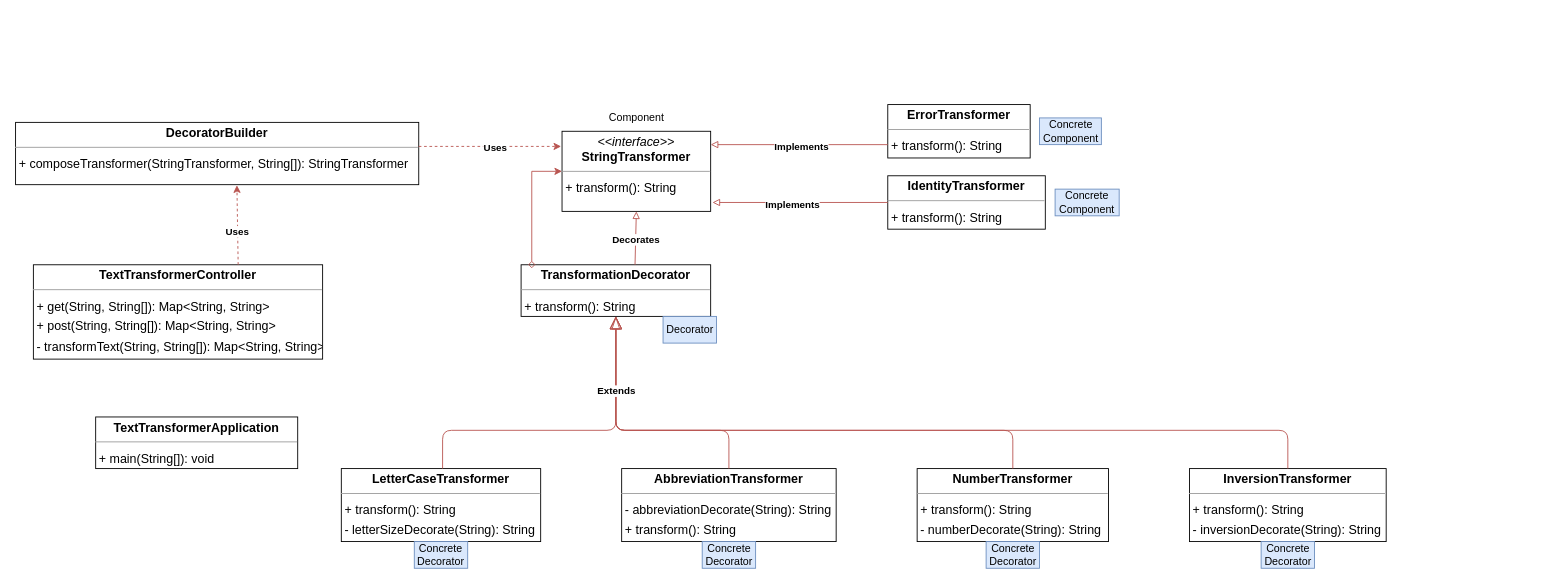
The draw.io diagram IOD_L11_Alpha_UML.drawio in JakubWieclaw/IOD-L11-Alpha, before the edit. Source tidied: cells renumbered, new cells numbered last; positions are measured from the earlier drawing's top-left corner, leaving out a move shared by most shapes. Both pictures are drawn from the tidied source at 89%, with x=0, y=0 at pixel (15, 104).
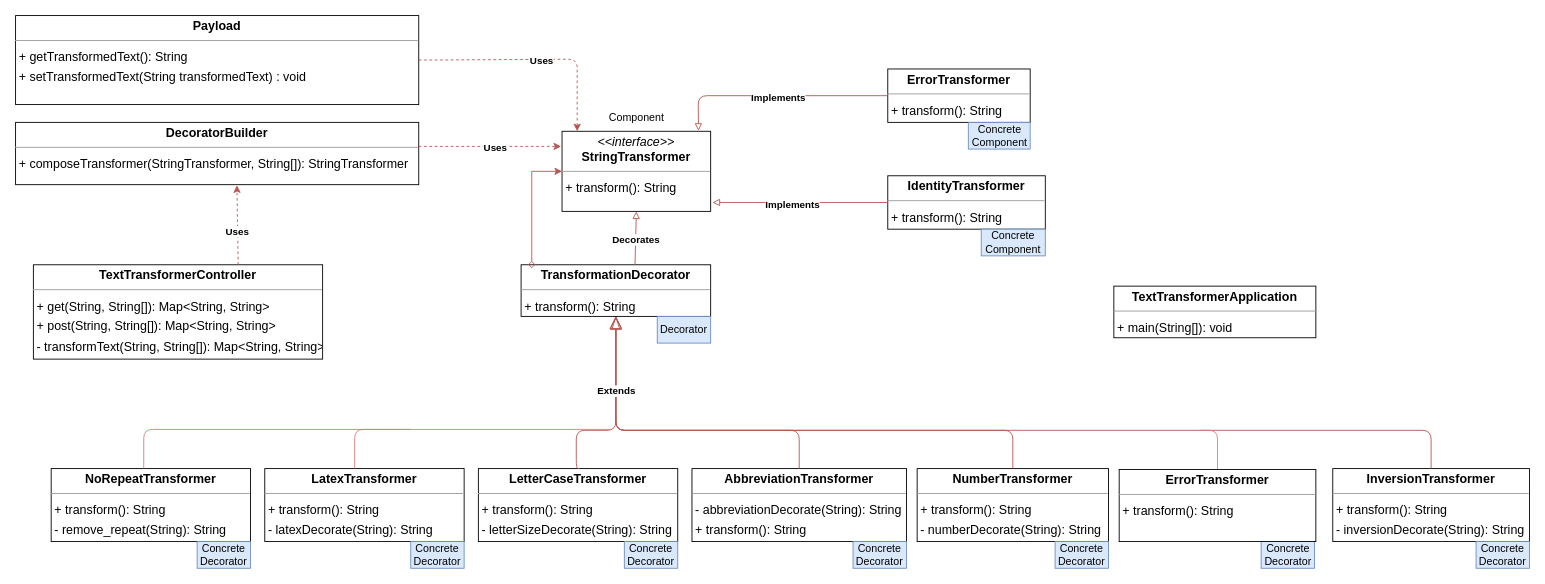
Above is the later version.

The change refers to these unchanged cells:
```xml
<mxCell id="9" value="&lt;p style=&quot;margin:0px;margin-top:4px;text-align:center;&quot;&gt;&lt;i&gt;&amp;lt;&amp;lt;interface&amp;gt;&amp;gt;&lt;/i&gt;&lt;br/&gt;&lt;b&gt;StringTransformer&lt;/b&gt;&lt;/p&gt;&lt;hr size=&quot;1&quot;/&gt;&lt;p style=&quot;margin:0 0 0 4px;line-height:1.6;&quot;&gt;+ transform(): String&lt;/p&gt;" style="verticalAlign=top;align=left;overflow=fill;fontSize=14;fontFamily=Helvetica;html=1;rounded=0;shadow=0;comic=0;labelBackgroundColor=none;strokeWidth=1;" parent="1" vertex="1">
  <mxGeometry x="614" y="30" width="167" height="90" as="geometry" />
</mxCell>
<mxCell id="12" value="&lt;p style=&quot;margin:0px;margin-top:4px;text-align:center;&quot;&gt;&lt;b&gt;TransformationDecorator&lt;/b&gt;&lt;/p&gt;&lt;hr size=&quot;1&quot;/&gt;&lt;p style=&quot;margin:0 0 0 4px;line-height:1.6;&quot;&gt;+ transform(): String&lt;/p&gt;" style="verticalAlign=top;align=left;overflow=fill;fontSize=14;fontFamily=Helvetica;html=1;rounded=0;shadow=0;comic=0;labelBackgroundColor=none;strokeWidth=1;" parent="1" vertex="1">
  <mxGeometry x="568" y="180" width="213" height="58" as="geometry" />
</mxCell>
```

Diff of the diagram source:
```diff
@@
     <mxCell id="2" value="&lt;p style=&quot;margin:0px;margin-top:4px;text-align:center;&quot;&gt;&lt;b&gt;AbbreviationTransformer&lt;/b&gt;&lt;/p&gt;&lt;hr size=&quot;1&quot;/&gt;&lt;p style=&quot;margin:0 0 0 4px;line-height:1.6;&quot;&gt;- abbreviationDecorate(String): String&lt;br/&gt;+ transform(): String&lt;/p&gt;" style="verticalAlign=top;align=left;overflow=fill;fontSize=14;fontFamily=Helvetica;html=1;rounded=0;shadow=0;comic=0;labelBackgroundColor=none;strokeWidth=1;" parent="1" vertex="1">
-      <mxGeometry x="681" y="409" width="241" height="82" as="geometry" />
+      <mxGeometry x="760" y="409" width="241" height="82" as="geometry" />
     </mxCell>
@@
     <mxCell id="4" value="&lt;p style=&quot;margin:0px;margin-top:4px;text-align:center;&quot;&gt;&lt;b&gt;ErrorTransformer&lt;/b&gt;&lt;/p&gt;&lt;hr size=&quot;1&quot;/&gt;&lt;p style=&quot;margin:0 0 0 4px;line-height:1.6;&quot;&gt;+ transform(): String&lt;/p&gt;" style="verticalAlign=top;align=left;overflow=fill;fontSize=14;fontFamily=Helvetica;html=1;rounded=0;shadow=0;comic=0;labelBackgroundColor=none;strokeWidth=1;" parent="1" vertex="1">
-      <mxGeometry x="980" width="160" height="60" as="geometry" />
+      <mxGeometry x="980" y="-40" width="160" height="60" as="geometry" />
     </mxCell>
@@
     <mxCell id="6" value="&lt;p style=&quot;margin:0px;margin-top:4px;text-align:center;&quot;&gt;&lt;b&gt;InversionTransformer&lt;/b&gt;&lt;/p&gt;&lt;hr size=&quot;1&quot;/&gt;&lt;p style=&quot;margin:0 0 0 4px;line-height:1.6;&quot;&gt;+ transform(): String&lt;br/&gt;- inversionDecorate(String): String&lt;/p&gt;" style="verticalAlign=top;align=left;overflow=fill;fontSize=14;fontFamily=Helvetica;html=1;rounded=0;shadow=0;comic=0;labelBackgroundColor=none;strokeWidth=1;" parent="1" vertex="1">
-      <mxGeometry x="1319" y="409" width="221" height="82" as="geometry" />
+      <mxGeometry x="1480" y="409" width="221" height="82" as="geometry" />
     </mxCell>
     <mxCell id="7" value="&lt;p style=&quot;margin:0px;margin-top:4px;text-align:center;&quot;&gt;&lt;b&gt;LetterCaseTransformer&lt;/b&gt;&lt;/p&gt;&lt;hr size=&quot;1&quot;/&gt;&lt;p style=&quot;margin:0 0 0 4px;line-height:1.6;&quot;&gt;+ transform(): String&lt;br/&gt;- letterSizeDecorate(String): String&lt;/p&gt;" style="verticalAlign=top;align=left;overflow=fill;fontSize=14;fontFamily=Helvetica;html=1;rounded=0;shadow=0;comic=0;labelBackgroundColor=none;strokeWidth=1;" parent="1" vertex="1">
-      <mxGeometry x="366" y="409" width="224" height="82" as="geometry" />
+      <mxGeometry x="520" y="409" width="224" height="82" as="geometry" />
     </mxCell>
@@
     <mxCell id="10" value="&lt;p style=&quot;margin:0px;margin-top:4px;text-align:center;&quot;&gt;&lt;b&gt;TextTransformerApplication&lt;/b&gt;&lt;/p&gt;&lt;hr size=&quot;1&quot;/&gt;&lt;p style=&quot;margin:0 0 0 4px;line-height:1.6;&quot;&gt;+ main(String[]): void&lt;/p&gt;" style="verticalAlign=top;align=left;overflow=fill;fontSize=14;fontFamily=Helvetica;html=1;rounded=0;shadow=0;comic=0;labelBackgroundColor=none;strokeWidth=1;" parent="1" vertex="1">
-      <mxGeometry x="90" y="351" width="227" height="58" as="geometry" />
+      <mxGeometry x="1234" y="204" width="227" height="58" as="geometry" />
     </mxCell>
@@
     <mxCell id="13" style="html=1;rounded=1;edgeStyle=orthogonalEdgeStyle;dashed=0;startArrow=none;endArrow=blockThin;endSize=12;strokeColor=#b85450;exitX=0.500;exitY=0.000;exitDx=0;exitDy=0;entryX=0.500;entryY=1.000;entryDx=0;entryDy=0;endFill=0;fillColor=#f8cecc;" parent="1" edge="1" source="2" target="12">
       <mxGeometry relative="1" as="geometry">
         <Array as="points">
-          <mxPoint x="802" y="366" />
-          <mxPoint x="675" y="366" />
+          <mxPoint x="880" y="366" />
+          <mxPoint x="674" y="366" />
         </Array>
       </mxGeometry>
     </mxCell>
     <mxCell id="14" style="html=1;rounded=1;edgeStyle=orthogonalEdgeStyle;dashed=0;startArrow=none;endArrow=block;endSize=12;strokeColor=#b85450;exitX=0.500;exitY=0.001;exitDx=0;exitDy=0;entryX=0.500;entryY=1.000;entryDx=0;entryDy=0;endFill=0;fillColor=#f8cecc;" parent="1" edge="1" source="6" target="12">
       <mxGeometry relative="1" as="geometry">
         <Array as="points">
-          <mxPoint x="1430" y="366" />
-          <mxPoint x="675" y="366" />
+          <mxPoint x="1591" y="366" />
+          <mxPoint x="674" y="366" />
         </Array>
       </mxGeometry>
     </mxCell>
     <mxCell id="15" style="html=1;rounded=1;edgeStyle=orthogonalEdgeStyle;dashed=0;startArrow=none;endArrow=block;endSize=12;strokeColor=#b85450;exitX=0.508;exitY=0.000;exitDx=0;exitDy=0;entryX=0.500;entryY=1.000;entryDx=0;entryDy=0;endFill=0;fillColor=#f8cecc;" parent="1" edge="1" source="7" target="12">
       <mxGeometry relative="1" as="geometry">
         <Array as="points">
-          <mxPoint x="480" y="366" />
-          <mxPoint x="675" y="366" />
+          <mxPoint x="630" y="409" />
+          <mxPoint x="630" y="366" />
+          <mxPoint x="674" y="366" />
         </Array>
       </mxGeometry>
     </mxCell>
@@
-    <mxCell id="22" style="endArrow=block;html=1;rounded=0;endFill=0;entryX=1;entryY=0;entryDx=0;entryDy=0;fillColor=#f8cecc;strokeColor=#b85450;exitX=0;exitY=0.5;exitDx=0;exitDy=0;" parent="1" edge="1">
+    <mxCell id="22" style="endArrow=block;html=1;rounded=1;endFill=0;entryX=0.918;entryY=-0.005;entryDx=0;entryDy=0;fillColor=#f8cecc;strokeColor=#b85450;exitX=0;exitY=0.5;exitDx=0;exitDy=0;curved=0;entryPerimeter=0;" parent="1" edge="1" source="4" target="9">
       <mxGeometry relative="1" as="geometry">
-        <mxPoint x="980" y="45" as="sourcePoint" />
-        <mxPoint x="781" y="45" as="targetPoint" />
+        <Array as="points">
+          <mxPoint x="767" y="-10" />
+        </Array>
       </mxGeometry>
     </mxCell>
@@
     <mxCell id="30" value="Concrete Decorator" style="text;strokeColor=#6c8ebf;align=center;fillColor=#dae8fc;html=1;verticalAlign=middle;whiteSpace=wrap;rounded=0;" parent="1" vertex="1">
-      <mxGeometry x="448" y="491" width="60" height="30" as="geometry" />
+      <mxGeometry x="684" y="491" width="60" height="30" as="geometry" />
     </mxCell>
     <mxCell id="31" value="Concrete Decorator" style="text;strokeColor=#6c8ebf;align=center;fillColor=#dae8fc;html=1;verticalAlign=middle;whiteSpace=wrap;rounded=0;" parent="1" vertex="1">
-      <mxGeometry x="771.5" y="491" width="60" height="30" as="geometry" />
+      <mxGeometry x="941" y="491" width="60" height="30" as="geometry" />
     </mxCell>
     <mxCell id="32" value="Concrete Decorator" style="text;strokeColor=#6c8ebf;align=center;fillColor=#dae8fc;html=1;verticalAlign=middle;whiteSpace=wrap;rounded=0;" parent="1" vertex="1">
-      <mxGeometry x="1090.5" y="491" width="60" height="30" as="geometry" />
+      <mxGeometry x="1168" y="491" width="60" height="30" as="geometry" />
     </mxCell>
@@
     <mxCell id="34" value="Decorator" style="text;strokeColor=#6c8ebf;align=center;fillColor=#dae8fc;html=1;verticalAlign=middle;whiteSpace=wrap;rounded=0;" parent="1" vertex="1">
-      <mxGeometry x="727.5" y="238" width="60" height="30" as="geometry" />
+      <mxGeometry x="721" y="238" width="60" height="30" as="geometry" />
     </mxCell>
     <mxCell id="35" value="Concrete Component" style="text;strokeColor=#6c8ebf;align=center;fillColor=#dae8fc;html=1;verticalAlign=middle;whiteSpace=wrap;rounded=0;" parent="1" vertex="1">
-      <mxGeometry x="1150.5" y="15" width="69.5" height="30" as="geometry" />
+      <mxGeometry x="1070.5" y="20" width="69.5" height="30" as="geometry" />
     </mxCell>
     <mxCell id="36" value="Concrete Component" style="text;strokeColor=#6c8ebf;align=center;fillColor=#dae8fc;html=1;verticalAlign=middle;whiteSpace=wrap;rounded=0;" parent="1" vertex="1">
-      <mxGeometry x="1168" y="95" width="72" height="30" as="geometry" />
+      <mxGeometry x="1085" y="140" width="72" height="30" as="geometry" />
     </mxCell>
+    <mxCell id="37" style="edgeStyle=orthogonalEdgeStyle;rounded=1;jettySize=auto;html=1;exitX=0.5;exitY=0;exitDx=0;exitDy=0;strokeColor=#d6807d;endArrow=none;endFill=0;curved=0;" parent="1" edge="1" source="38">
+      <mxGeometry relative="1" as="geometry">
+        <mxPoint x="1330" y="366" as="targetPoint" />
+        <Array as="points">
+          <mxPoint x="1351" y="366" />
+          <mxPoint x="1330" y="366" />
+        </Array>
+      </mxGeometry>
+    </mxCell>
+    <mxCell id="38" value="&lt;p style=&quot;margin:0px;margin-top:4px;text-align:center;&quot;&gt;&lt;b&gt;ErrorTransformer&lt;/b&gt;&lt;/p&gt;&lt;hr size=&quot;1&quot;&gt;&lt;p style=&quot;margin:0 0 0 4px;line-height:1.6;&quot;&gt;+ transform(): String&lt;br&gt;&lt;/p&gt;" style="verticalAlign=top;align=left;overflow=fill;fontSize=14;fontFamily=Helvetica;html=1;rounded=0;shadow=0;comic=0;labelBackgroundColor=none;strokeWidth=1;" parent="1" vertex="1">
+      <mxGeometry x="1240" y="410" width="221" height="81" as="geometry" />
+    </mxCell>
+    <mxCell id="39" value="Concrete Decorator" style="text;strokeColor=#6c8ebf;align=center;fillColor=#dae8fc;html=1;verticalAlign=middle;whiteSpace=wrap;rounded=0;" parent="1" vertex="1">
+      <mxGeometry x="1641" y="491" width="60" height="30" as="geometry" />
+    </mxCell>
+    <mxCell id="40" value="&lt;p style=&quot;margin:0px;margin-top:4px;text-align:center;&quot;&gt;&lt;b&gt;LatexTransformer&lt;/b&gt;&lt;/p&gt;&lt;hr size=&quot;1&quot;&gt;&lt;p style=&quot;margin:0 0 0 4px;line-height:1.6;&quot;&gt;+ transform(): String&lt;br&gt;-&amp;nbsp;latexDecorate&lt;span style=&quot;background-color: initial;&quot;&gt;(String): String&lt;/span&gt;&lt;/p&gt;" style="verticalAlign=top;align=left;overflow=fill;fontSize=14;fontFamily=Helvetica;html=1;rounded=0;shadow=0;comic=0;labelBackgroundColor=none;strokeWidth=1;" parent="1" vertex="1">
+      <mxGeometry x="280" y="409" width="224" height="82" as="geometry" />
+    </mxCell>
+    <mxCell id="41" style="edgeStyle=orthogonalEdgeStyle;rounded=1;orthogonalLoop=1;jettySize=auto;html=1;exitX=0.5;exitY=0;exitDx=0;exitDy=0;strokeColor=#d6807d;endArrow=none;endFill=0;curved=0;" parent="1" edge="1">
+      <mxGeometry relative="1" as="geometry">
+        <mxPoint x="381" y="409" as="sourcePoint" />
+        <mxPoint x="670" y="365" as="targetPoint" />
+        <Array as="points">
+          <mxPoint x="381" y="365" />
+        </Array>
+      </mxGeometry>
+    </mxCell>
+    <mxCell id="42" value="Concrete Decorator" style="text;strokeColor=#6c8ebf;align=center;fillColor=#dae8fc;html=1;verticalAlign=middle;whiteSpace=wrap;rounded=0;" parent="1" vertex="1">
+      <mxGeometry x="444" y="491" width="60" height="30" as="geometry" />
+    </mxCell>
+    <mxCell id="43" value="&lt;p style=&quot;margin:0px;margin-top:4px;text-align:center;&quot;&gt;&lt;b&gt;NoRepeatTransformer&lt;/b&gt;&lt;/p&gt;&lt;hr size=&quot;1&quot;&gt;&lt;p style=&quot;margin:0 0 0 4px;line-height:1.6;&quot;&gt;+ transform(): String&lt;br&gt;-&amp;nbsp;remove_repeat&lt;span style=&quot;background-color: initial;&quot;&gt;(String): String&lt;/span&gt;&lt;/p&gt;" style="verticalAlign=top;align=left;overflow=fill;fontSize=14;fontFamily=Helvetica;html=1;rounded=0;shadow=0;comic=0;labelBackgroundColor=none;strokeWidth=1;" parent="1" vertex="1">
+      <mxGeometry x="40" y="409" width="224" height="82" as="geometry" />
+    </mxCell>
+    <mxCell id="44" style="edgeStyle=orthogonalEdgeStyle;rounded=1;orthogonalLoop=1;jettySize=auto;html=1;exitX=0.5;exitY=0;exitDx=0;exitDy=0;strokeColor=#d6807d;endArrow=none;endFill=0;curved=0;" parent="1" edge="1">
+      <mxGeometry relative="1" as="geometry">
+        <mxPoint x="144" y="409" as="sourcePoint" />
+        <mxPoint x="444" y="365" as="targetPoint" />
+        <Array as="points">
+          <mxPoint x="144" y="365" />
+        </Array>
+      </mxGeometry>
+    </mxCell>
+    <mxCell id="45" value="Concrete Decorator" style="text;strokeColor=#6c8ebf;align=center;fillColor=#dae8fc;html=1;verticalAlign=middle;whiteSpace=wrap;rounded=0;" parent="1" vertex="1">
+      <mxGeometry x="204" y="491" width="60" height="30" as="geometry" />
+    </mxCell>
+    <mxCell id="46" value="&lt;p style=&quot;margin:0px;margin-top:4px;text-align:center;&quot;&gt;&lt;b&gt;Payload&lt;/b&gt;&lt;/p&gt;&lt;hr size=&quot;1&quot;&gt;&lt;p style=&quot;margin:0 0 0 4px;line-height:1.6;&quot;&gt;+&amp;nbsp;getTransformedText&lt;span style=&quot;background-color: initial;&quot;&gt;(): String&lt;/span&gt;&lt;/p&gt;&lt;p style=&quot;margin:0 0 0 4px;line-height:1.6;&quot;&gt;&lt;span style=&quot;background-color: initial;&quot;&gt;+&amp;nbsp;&lt;/span&gt;setTransformedText(String&amp;nbsp;transformedText&lt;span style=&quot;background-color: initial;&quot;&gt;) : void&lt;/span&gt;&lt;/p&gt;" style="verticalAlign=top;align=left;overflow=fill;fontSize=14;fontFamily=Helvetica;html=1;rounded=0;shadow=0;comic=0;labelBackgroundColor=none;strokeWidth=1;" parent="1" vertex="1">
+      <mxGeometry y="-100" width="453" height="100" as="geometry" />
+    </mxCell>
+    <mxCell id="47" style="endArrow=classic;html=1;rounded=1;dashed=1;exitX=1;exitY=0.5;exitDx=0;exitDy=0;fillColor=#f8cecc;strokeColor=#b85450;curved=0;entryX=0;entryY=0;entryDx=0;entryDy=0;" parent="1" edge="1" source="46">
+      <mxGeometry relative="1" as="geometry">
+        <mxPoint x="631" y="30" as="targetPoint" />
+        <Array as="points">
+          <mxPoint x="631" y="-51" />
+        </Array>
+      </mxGeometry>
+    </mxCell>
+    <mxCell id="48" value="&lt;b&gt;Uses&lt;/b&gt;" style="edgeLabel;html=1;align=center;verticalAlign=middle;" parent="47" vertex="1">
+      <mxGeometry x="0.06" y="-1" relative="1" as="geometry" />
+    </mxCell>
```
